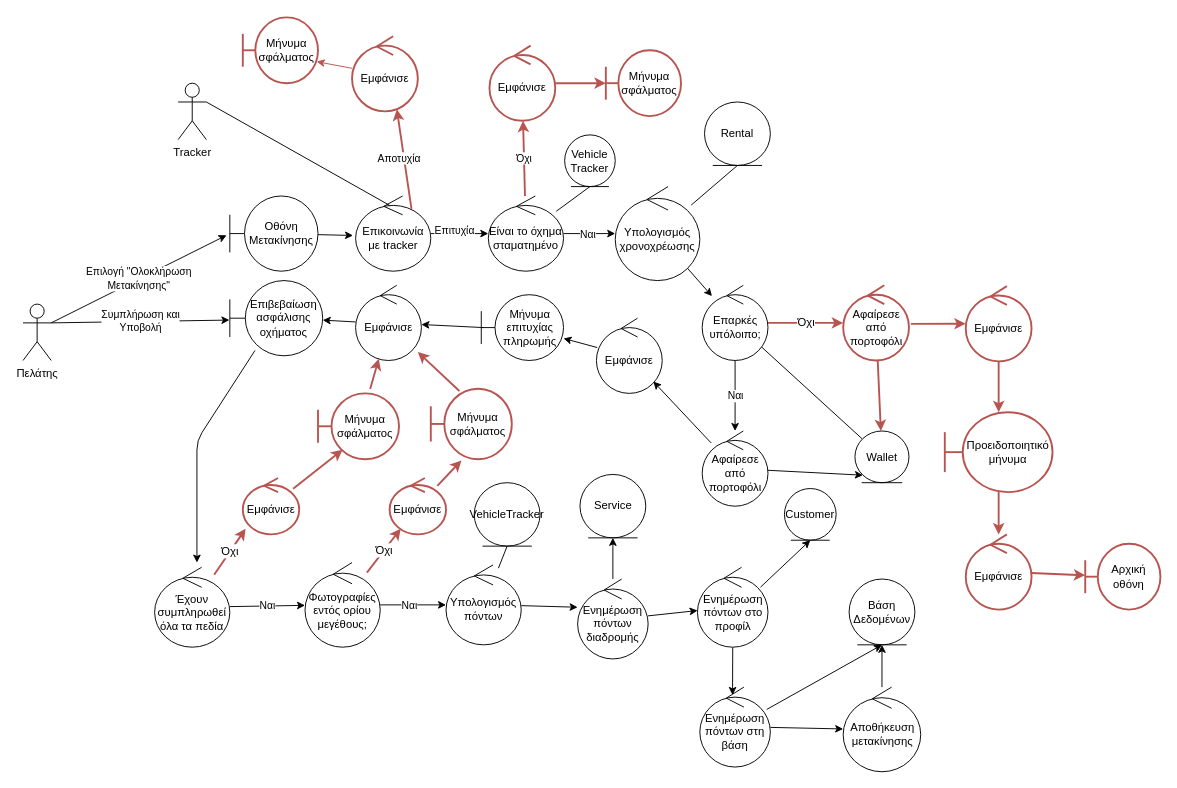
Nikolis2002/texnoligia_logismikou keeps this draw.io diagram as Part_4/Robustness/diagrams/03_Ολοκλήρωση_Μετακίνησης.drawio. Above is the earlier version. Source tidied: cells renumbered, new cells numbered last; positions are measured from the earlier drawing's top-left corner, leaving out a move shared by most shapes. Both pictures are drawn from the tidied source at 94%, with x=0, y=0 at pixel (23, 17).
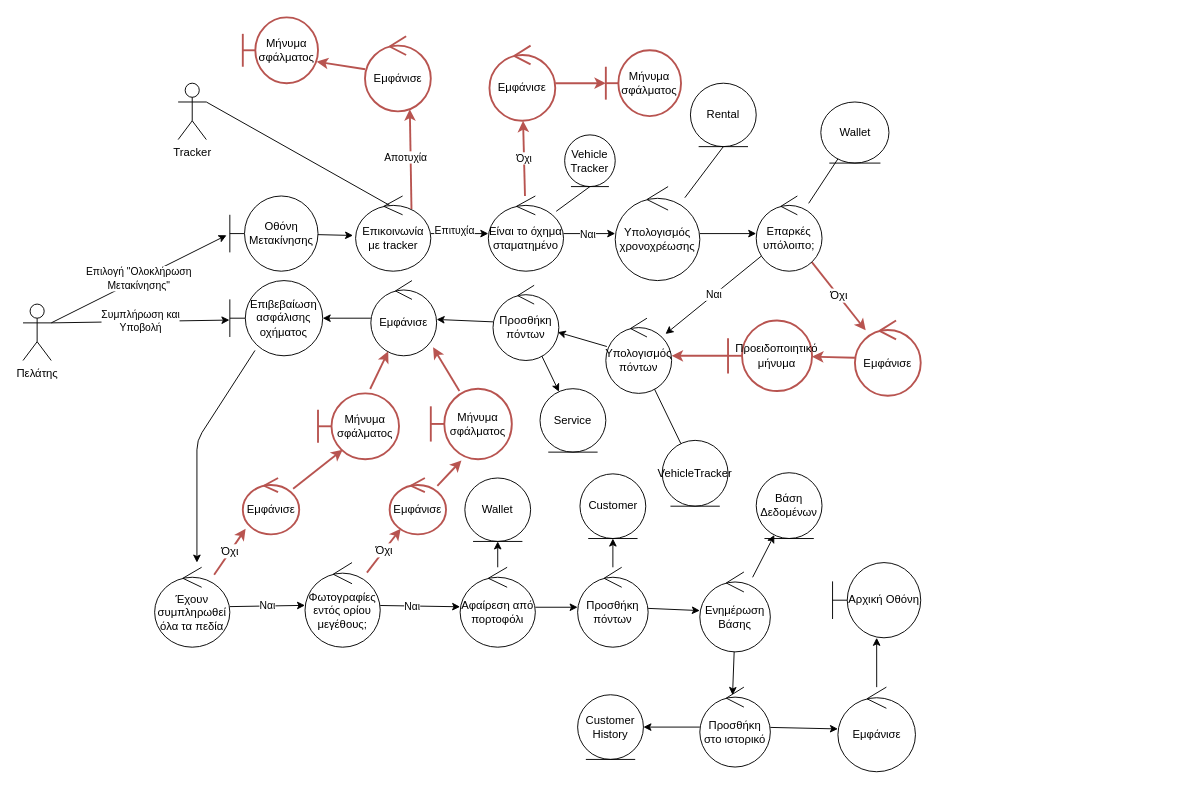
The same page after the edit.

The change refers to these unchanged cells:
```xml
<mxCell id="79" value="Μήνυμα σφάλματος" style="shape=umlBoundary;whiteSpace=wrap;html=1;fillColor=none;strokeColor=#b85450;strokeWidth=2;" parent="1" vertex="1">
  <mxGeometry x="233.8" width="80" height="70" as="geometry" />
</mxCell>
```

Diff of the diagram source:
```diff
@@
     <mxCell id="27" value="Επαρκές υπόλοιπο;" style="ellipse;shape=umlControl;whiteSpace=wrap;html=1;" parent="1" vertex="1">
-      <mxGeometry x="722.5" y="285" width="70" height="80" as="geometry" />
+      <mxGeometry x="780" y="190" width="70" height="80" as="geometry" />
     </mxCell>
-    <mxCell id="28" style="edgeStyle=none;html=1;entryX=0;entryY=1;entryDx=0;entryDy=0;endArrow=classic;endFill=1;" parent="1" edge="1" source="30" target="34">
-      <mxGeometry relative="1" as="geometry" />
-    </mxCell>
-    <mxCell id="29" style="edgeStyle=none;html=1;endArrow=classic;endFill=1;" parent="1" edge="1" source="30" target="43">
-      <mxGeometry relative="1" as="geometry" />
-    </mxCell>
+    <mxCell id="88" style="edgeStyle=none;html=1;endArrow=none;endFill=0;" parent="1" edge="1" source="30" target="96">
+      <mxGeometry relative="1" as="geometry" />
+    </mxCell>
+    <mxCell id="89" style="edgeStyle=none;html=1;endArrow=classic;endFill=1;" parent="1" edge="1" source="30" target="99">
+      <mxGeometry relative="1" as="geometry" />
+    </mxCell>
-    <mxCell id="30" value="Αφαίρεσε από πορτοφόλι" style="ellipse;shape=umlControl;whiteSpace=wrap;html=1;" parent="1" vertex="1">
-      <mxGeometry x="722.5" y="440" width="70" height="80" as="geometry" />
+    <mxCell id="30" value="Υπολογισμός πόντων" style="ellipse;shape=umlControl;whiteSpace=wrap;html=1;" parent="1" vertex="1">
+      <mxGeometry x="620" y="320" width="70" height="80" as="geometry" />
     </mxCell>
-    <mxCell id="31" style="edgeStyle=none;html=1;endArrow=classic;endFill=1;fontSize=12;fillColor=none;strokeColor=#b85450;strokeWidth=2;" parent="1" edge="1" source="33" target="34">
-      <mxGeometry relative="1" as="geometry" />
-    </mxCell>
-    <mxCell id="32" style="edgeStyle=none;html=1;endArrow=classic;endFill=1;fontSize=12;fillColor=none;strokeColor=#b85450;strokeWidth=2;exitX=1.029;exitY=0.513;exitDx=0;exitDy=0;exitPerimeter=0;" parent="1" edge="1" source="33" target="36">
-      <mxGeometry relative="1" as="geometry" />
-    </mxCell>
+    <mxCell id="90" style="edgeStyle=none;html=1;endArrow=classic;endFill=1;fontSize=12;strokeColor=#b85450;fillColor=none;strokeWidth=2;" parent="1" edge="1" source="33" target="38">
+      <mxGeometry relative="1" as="geometry" />
+    </mxCell>
-    <mxCell id="33" value="Αφαίρεσε από πορτοφόλι" style="ellipse;shape=umlControl;whiteSpace=wrap;html=1;fillColor=none;strokeColor=#b85450;strokeWidth=2;" parent="1" vertex="1">
-      <mxGeometry x="872.5" y="285" width="70" height="80" as="geometry" />
+    <mxCell id="33" value="Εμφάνισε" style="ellipse;shape=umlControl;whiteSpace=wrap;html=1;fillColor=none;strokeColor=#b85450;strokeWidth=2;" parent="1" vertex="1">
+      <mxGeometry x="885" y="322.5" width="70" height="80" as="geometry" />
     </mxCell>
     <mxCell id="34" value="Wallet" style="ellipse;shape=umlEntity;whiteSpace=wrap;html=1;direction=east;" parent="1" vertex="1">
-      <mxGeometry x="885" y="440" width="57.5" height="55" as="geometry" />
+      <mxGeometry x="848.7" y="90" width="72.5" height="65" as="geometry" />
     </mxCell>
-    <mxCell id="35" style="edgeStyle=none;html=1;endArrow=classic;endFill=1;fontSize=12;fillColor=none;strokeColor=#b85450;strokeWidth=2;" parent="1" edge="1" source="36" target="38">
-      <mxGeometry relative="1" as="geometry" />
-    </mxCell>
-    <mxCell id="36" value="Εμφάνισε" style="ellipse;shape=umlControl;whiteSpace=wrap;html=1;fillColor=none;strokeColor=#b85450;strokeWidth=2;" parent="1" vertex="1">
-      <mxGeometry x="1002.9" y="285.9" width="70" height="80" as="geometry" />
-    </mxCell>
-    <mxCell id="37" style="edgeStyle=none;html=1;endArrow=classic;endFill=1;fontSize=12;fillColor=none;strokeColor=#b85450;strokeWidth=2;" parent="1" edge="1" source="38" target="40">
-      <mxGeometry relative="1" as="geometry" />
-    </mxCell>
+    <mxCell id="91" style="edgeStyle=none;html=1;endArrow=classic;endFill=1;fontSize=12;strokeColor=#b85450;fillColor=none;strokeWidth=2;" parent="1" edge="1" source="38" target="30">
+      <mxGeometry relative="1" as="geometry" />
+    </mxCell>
     <mxCell id="38" value="Προειδοποιητικό μήνυμα" style="shape=umlBoundary;whiteSpace=wrap;html=1;fillColor=none;strokeColor=#b85450;strokeWidth=2;" parent="1" vertex="1">
-      <mxGeometry x="980.6" y="420" width="114.6" height="85" as="geometry" />
+      <mxGeometry x="750" y="322.5" width="89.4" height="75" as="geometry" />
     </mxCell>
-    <mxCell id="39" style="edgeStyle=none;html=1;endArrow=classic;endFill=1;fontSize=12;fillColor=none;strokeColor=#b85450;strokeWidth=2;" parent="1" edge="1" source="40" target="41">
-      <mxGeometry relative="1" as="geometry" />
-    </mxCell>
-    <mxCell id="40" value="Εμφάνισε" style="ellipse;shape=umlControl;whiteSpace=wrap;html=1;fillColor=none;strokeColor=#b85450;strokeWidth=2;" parent="1" vertex="1">
-      <mxGeometry x="1002.9" y="550" width="70" height="80" as="geometry" />
-    </mxCell>
-    <mxCell id="41" value="Αρχική οθόνη" style="shape=umlBoundary;whiteSpace=wrap;html=1;fillColor=none;strokeColor=#b85450;strokeWidth=2;" parent="1" vertex="1">
-      <mxGeometry x="1130" y="560" width="80" height="70" as="geometry" />
-    </mxCell>
-    <mxCell id="42" style="edgeStyle=none;html=1;strokeWidth=1;endArrow=classic;endFill=1;" parent="1" edge="1" source="43" target="45">
-      <mxGeometry relative="1" as="geometry" />
-    </mxCell>
-    <mxCell id="43" value="Εμφάνισε" style="ellipse;shape=umlControl;whiteSpace=wrap;html=1;" parent="1" vertex="1">
-      <mxGeometry x="610" y="320" width="70" height="80" as="geometry" />
-    </mxCell>
-    <mxCell id="44" style="edgeStyle=none;html=1;endArrow=classic;endFill=1;exitX=0.029;exitY=0.5;exitDx=0;exitDy=0;exitPerimeter=0;" parent="1" edge="1" source="45" target="47">
-      <mxGeometry relative="1" as="geometry" />
-    </mxCell>
-    <mxCell id="45" value="Μήνυμα επιτυχίας πληρωμής" style="shape=umlBoundary;whiteSpace=wrap;html=1;" parent="1" vertex="1">
-      <mxGeometry x="487.5" y="295" width="87.5" height="70" as="geometry" />
-    </mxCell>
@@
     <mxCell id="47" value="Εμφάνισε" style="ellipse;shape=umlControl;whiteSpace=wrap;html=1;" parent="1" vertex="1">
-      <mxGeometry x="353.8" y="285" width="70" height="80" as="geometry" />
+      <mxGeometry x="370" y="280" width="70" height="80" as="geometry" />
     </mxCell>
@@
-    <mxCell id="65" style="edgeStyle=none;html=1;endArrow=none;endFill=0;entryX=0.5;entryY=1;entryDx=0;entryDy=0;" parent="1" edge="1" source="67" target="71">
+    <mxCell id="65" style="edgeStyle=none;html=1;endArrow=classic;endFill=1;entryX=0.5;entryY=1;entryDx=0;entryDy=0;" parent="1" edge="1" source="67" target="71">
       <mxGeometry relative="1" as="geometry" />
     </mxCell>
-    <mxCell id="66" style="edgeStyle=none;html=1;entryX=0;entryY=0.353;entryDx=0;entryDy=0;entryPerimeter=0;" parent="1" edge="1" source="67" target="82">
+    <mxCell id="66" style="edgeStyle=none;html=1;endArrow=classic;endFill=1;" parent="1" edge="1" source="67" target="82">
       <mxGeometry relative="1" as="geometry" />
     </mxCell>
-    <mxCell id="67" value="Υπολογισμός πόντων" style="ellipse;shape=umlControl;whiteSpace=wrap;html=1;" parent="1" vertex="1">
-      <mxGeometry x="450" y="582.5" width="80" height="85" as="geometry" />
+    <mxCell id="67" value="Αφαίρεση από πορτοφόλι" style="ellipse;shape=umlControl;whiteSpace=wrap;html=1;" parent="1" vertex="1">
+      <mxGeometry x="465" y="585" width="80" height="85" as="geometry" />
     </mxCell>
@@
-    <mxCell id="69" style="edgeStyle=none;html=1;entryX=0.5;entryY=1;entryDx=0;entryDy=0;exitX=0.894;exitY=0.249;exitDx=0;exitDy=0;exitPerimeter=0;" parent="1" edge="1" source="70" target="75">
-      <mxGeometry relative="1" as="geometry" />
-    </mxCell>
+    <mxCell id="92" style="edgeStyle=none;html=1;endArrow=classic;endFill=1;" parent="1" edge="1" source="70" target="74">
+      <mxGeometry relative="1" as="geometry" />
+    </mxCell>
-    <mxCell id="70" value="Ενημέρωση πόντων στο προφίλ" style="ellipse;shape=umlControl;whiteSpace=wrap;html=1;" parent="1" vertex="1">
-      <mxGeometry x="717.5" y="585" width="75" height="85" as="geometry" />
+    <mxCell id="70" value="Ενημέρωση Βάσης" style="ellipse;shape=umlControl;whiteSpace=wrap;html=1;" parent="1" vertex="1">
+      <mxGeometry x="720" y="590" width="75" height="85" as="geometry" />
     </mxCell>
-    <mxCell id="71" value="VehicleTracker" style="ellipse;shape=umlEntity;whiteSpace=wrap;html=1;direction=east;" parent="1" vertex="1">
-      <mxGeometry x="480" y="495" width="70" height="67.5" as="geometry" />
+    <mxCell id="71" value="Wallet" style="ellipse;shape=umlEntity;whiteSpace=wrap;html=1;direction=east;" parent="1" vertex="1">
+      <mxGeometry x="470" y="490" width="70" height="67.5" as="geometry" />
     </mxCell>
-    <mxCell id="72" style="edgeStyle=none;html=1;entryX=0.5;entryY=1;entryDx=0;entryDy=0;strokeWidth=1;" parent="1" edge="1" source="73" target="74">
-      <mxGeometry relative="1" as="geometry" />
-    </mxCell>
+    <mxCell id="93" style="edgeStyle=none;html=1;endArrow=classic;endFill=1;" parent="1" edge="1" source="73" target="101">
+      <mxGeometry relative="1" as="geometry" />
+    </mxCell>
-    <mxCell id="73" value="Αποθήκευση μετακίνησης" style="ellipse;shape=umlControl;whiteSpace=wrap;html=1;" parent="1" vertex="1">
-      <mxGeometry x="872.5" y="712.5" width="82.5" height="90" as="geometry" />
+    <mxCell id="73" value="Εμφάνισε" style="ellipse;shape=umlControl;whiteSpace=wrap;html=1;" parent="1" vertex="1">
+      <mxGeometry x="866.9" y="712.5" width="82.5" height="90" as="geometry" />
     </mxCell>
     <mxCell id="74" value="Βάση Δεδομένων" style="ellipse;shape=umlEntity;whiteSpace=wrap;html=1;" parent="1" vertex="1">
-      <mxGeometry x="878.8" y="597.5" width="70" height="70" as="geometry" />
+      <mxGeometry x="780" y="484.4" width="70" height="70" as="geometry" />
     </mxCell>
     <mxCell id="75" value="Customer" style="ellipse;shape=umlEntity;whiteSpace=wrap;html=1;direction=east;" parent="1" vertex="1">
-      <mxGeometry x="810" y="501.2" width="55" height="55" as="geometry" />
+      <mxGeometry x="592.5" y="485.6" width="70" height="68.8" as="geometry" />
     </mxCell>
-    <mxCell id="76" style="edgeStyle=none;html=1;entryX=0.983;entryY=0.673;entryDx=0;entryDy=0;entryPerimeter=0;strokeColor=#B85450;" parent="1" edge="1" source="77" target="79">
+    <mxCell id="76" style="edgeStyle=none;html=1;entryX=0.983;entryY=0.673;entryDx=0;entryDy=0;entryPerimeter=0;strokeColor=#b85450;endFill=1;fillColor=#f8cecc;strokeWidth=2;" parent="1" edge="1" source="77" target="79">
       <mxGeometry relative="1" as="geometry" />
     </mxCell>
     <mxCell id="77" value="Εμφάνισε" style="ellipse;shape=umlControl;whiteSpace=wrap;html=1;fillColor=none;strokeColor=#b85450;strokeWidth=2;" parent="1" vertex="1">
-      <mxGeometry x="350" y="20" width="70" height="80" as="geometry" />
+      <mxGeometry x="363.8" y="20" width="70" height="80" as="geometry" />
     </mxCell>
@@
-    <mxCell id="81" style="edgeStyle=none;html=1;" parent="1" edge="1" source="82" target="83">
-      <mxGeometry relative="1" as="geometry" />
-    </mxCell>
+    <mxCell id="94" style="edgeStyle=none;html=1;endArrow=classic;endFill=1;" parent="1" edge="1" source="82" target="75">
+      <mxGeometry relative="1" as="geometry" />
+    </mxCell>
-    <mxCell id="82" value="Ενημέρωση πόντων διαδρομής" style="ellipse;shape=umlControl;whiteSpace=wrap;html=1;" parent="1" vertex="1">
-      <mxGeometry x="590" y="597.5" width="75" height="85" as="geometry" />
+    <mxCell id="82" value="Προσθήκη πόντων" style="ellipse;shape=umlControl;whiteSpace=wrap;html=1;" parent="1" vertex="1">
+      <mxGeometry x="590" y="585" width="75" height="85" as="geometry" />
     </mxCell>
     <mxCell id="83" value="Service" style="ellipse;shape=umlEntity;whiteSpace=wrap;html=1;direction=east;" parent="1" vertex="1">
-      <mxGeometry x="592.5" y="486.2" width="70" height="67.5" as="geometry" />
+      <mxGeometry x="550" y="395" width="70" height="67.5" as="geometry" />
     </mxCell>
@@
-    <mxCell id="85" style="edgeStyle=none;html=1;entryX=0.5;entryY=1;entryDx=0;entryDy=0;" parent="1" edge="1" source="86" target="74">
-      <mxGeometry relative="1" as="geometry" />
-    </mxCell>
+    <mxCell id="95" style="edgeStyle=none;html=1;endArrow=classic;endFill=1;" parent="1" edge="1" source="86" target="100">
+      <mxGeometry relative="1" as="geometry" />
+    </mxCell>
-    <mxCell id="86" value="Ενημέρωση πόντων στη βάση" style="ellipse;shape=umlControl;whiteSpace=wrap;html=1;" parent="1" vertex="1">
+    <mxCell id="86" value="Προσθήκη στο ιστορικό" style="ellipse;shape=umlControl;whiteSpace=wrap;html=1;" parent="1" vertex="1">
       <mxGeometry x="720" y="712.5" width="75" height="85" as="geometry" />
     </mxCell>
     <mxCell id="87" value="Rental" style="ellipse;shape=umlEntity;whiteSpace=wrap;html=1;direction=east;" parent="1" vertex="1">
-      <mxGeometry x="725" y="90" width="70" height="67.5" as="geometry" />
+      <mxGeometry x="710" y="70" width="70" height="67.5" as="geometry" />
     </mxCell>
+    <mxCell id="96" value="VehicleTracker" style="ellipse;shape=umlEntity;whiteSpace=wrap;html=1;direction=east;" parent="1" vertex="1">
+      <mxGeometry x="680" y="450" width="70" height="70" as="geometry" />
+    </mxCell>
+    <mxCell id="97" style="edgeStyle=none;html=1;endArrow=classic;endFill=1;" parent="1" edge="1" source="99" target="47">
+      <mxGeometry relative="1" as="geometry" />
+    </mxCell>
+    <mxCell id="98" style="edgeStyle=none;html=1;endArrow=classic;endFill=1;" parent="1" edge="1" source="99" target="83">
+      <mxGeometry relative="1" as="geometry" />
+    </mxCell>
+    <mxCell id="99" value="Προσθήκη πόντων" style="ellipse;shape=umlControl;whiteSpace=wrap;html=1;" parent="1" vertex="1">
+      <mxGeometry x="500" y="285" width="70" height="80" as="geometry" />
+    </mxCell>
+    <mxCell id="100" value="Customer&lt;br&gt;History" style="ellipse;shape=umlEntity;whiteSpace=wrap;html=1;direction=east;" parent="1" vertex="1">
+      <mxGeometry x="590" y="720.6" width="70" height="68.8" as="geometry" />
+    </mxCell>
+    <mxCell id="101" value="Αρχική Οθόνη" style="shape=umlBoundary;whiteSpace=wrap;html=1;" parent="1" vertex="1">
+      <mxGeometry x="861.2" y="580" width="93.8" height="80" as="geometry" />
+    </mxCell>
```
